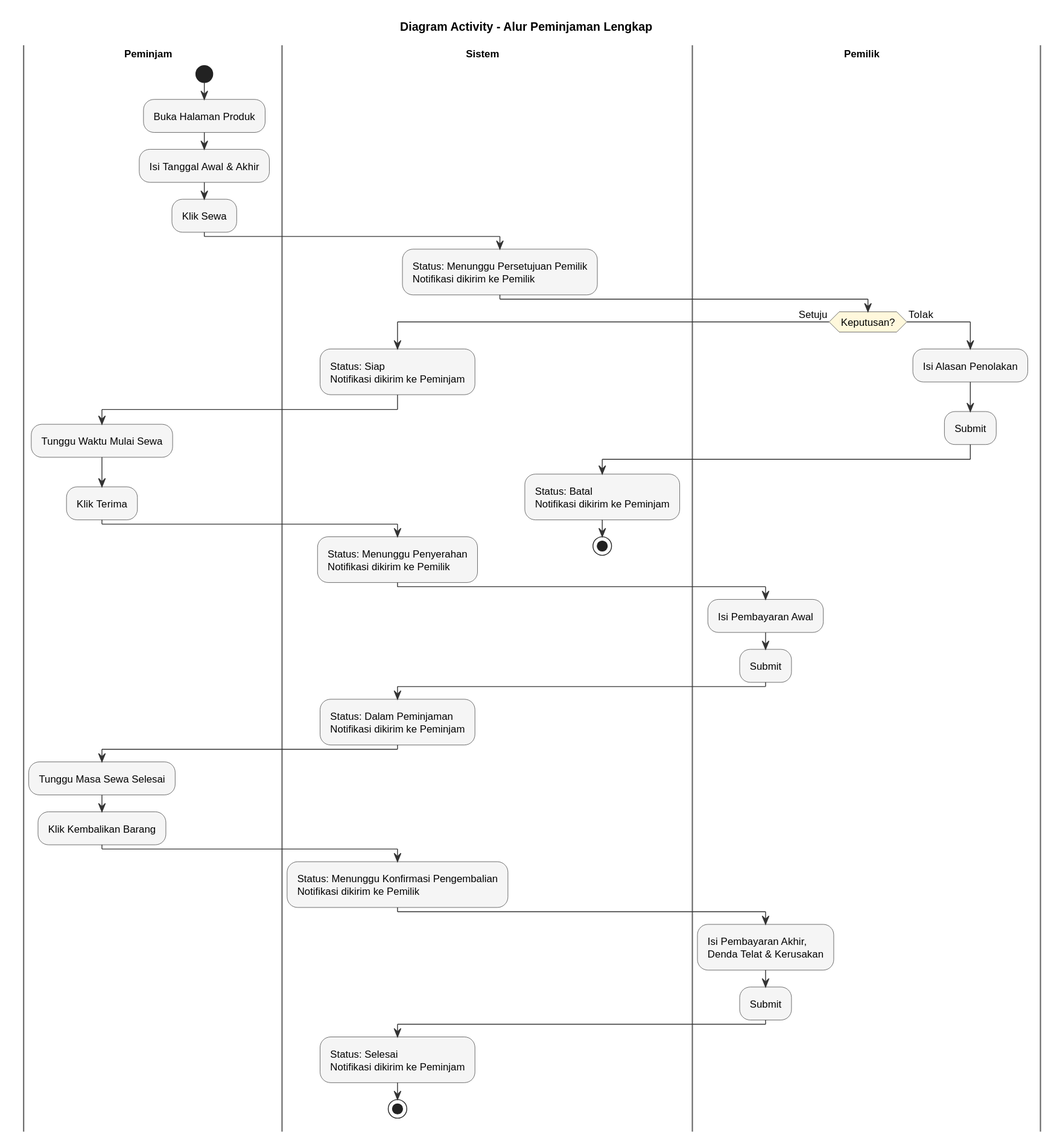
levirs565/openrent keeps this PlantUML diagram as laporan/diagram/output/rental_full_flow.svg. Above is the earlier version.
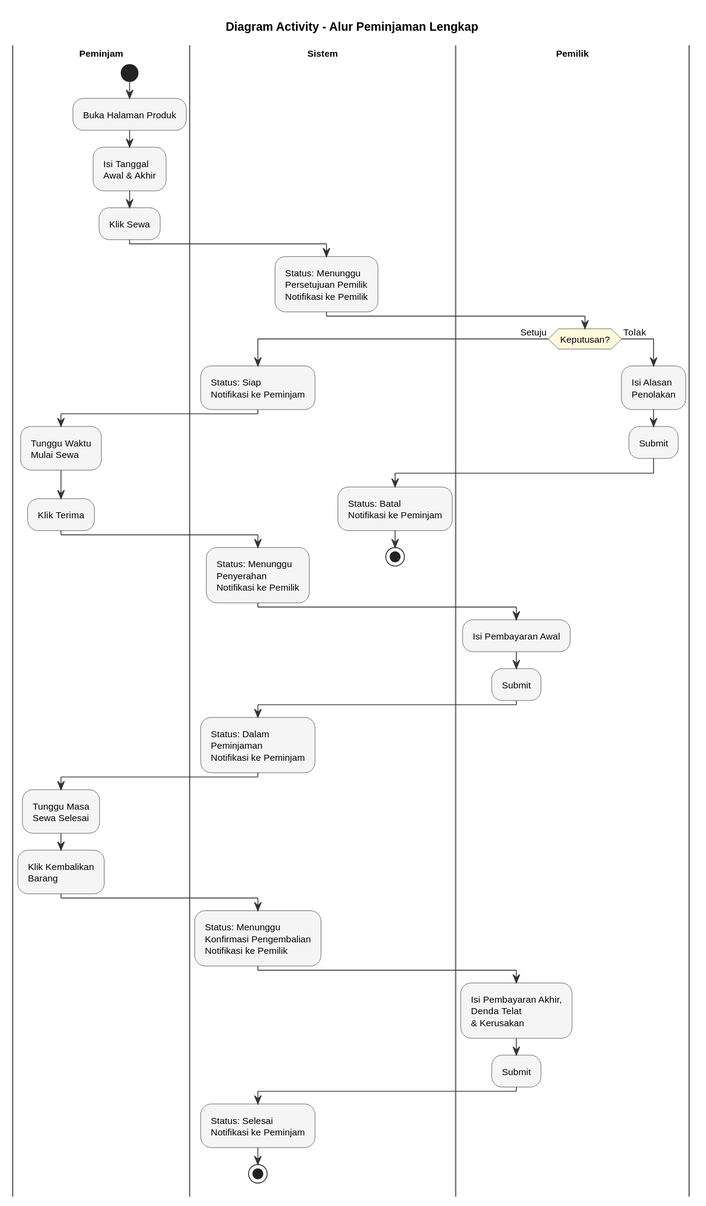
After the change.

Change to the diagram source:
```diff
@@ -8,63 +8,61 @@
 skinparam ArrowColor #333333
 skinparam SwimlaneBorderColor #666666
 skinparam SwimlaneTitleFontStyle bold
-skinparam swimlaneWidth same
+skinparam defaultFontSize 11
 skinparam Padding 2
-skinparam ParticipantPadding 2
-skinparam defaultFontSize 12
 
 |Peminjam|
 start
 :Buka Halaman Produk;
-:Isi Tanggal Awal & Akhir;
+:Isi Tanggal\nAwal & Akhir;
 :Klik Sewa;
 
 |Sistem|
-:Status: Menunggu Persetujuan Pemilik\nNotifikasi dikirim ke Pemilik;
+:Status: Menunggu\nPersetujuan Pemilik\nNotifikasi ke Pemilik;
 
 |Pemilik|
 if (Keputusan?) then (Setuju)
 
   |Sistem|
-  :Status: Siap\nNotifikasi dikirim ke Peminjam;
+  :Status: Siap\nNotifikasi ke Peminjam;
 
   |Peminjam|
-  :Tunggu Waktu Mulai Sewa;
+  :Tunggu Waktu\nMulai Sewa;
   :Klik Terima;
 
   |Sistem|
-  :Status: Menunggu Penyerahan\nNotifikasi dikirim ke Pemilik;
+  :Status: Menunggu\nPenyerahan\nNotifikasi ke Pemilik;
 
   |Pemilik|
   :Isi Pembayaran Awal;
   :Submit;
 
   |Sistem|
-  :Status: Dalam Peminjaman\nNotifikasi dikirim ke Peminjam;
+  :Status: Dalam\nPeminjaman\nNotifikasi ke Peminjam;
 
   |Peminjam|
-  :Tunggu Masa Sewa Selesai;
-  :Klik Kembalikan Barang;
+  :Tunggu Masa\nSewa Selesai;
+  :Klik Kembalikan\nBarang;
 
   |Sistem|
-  :Status: Menunggu Konfirmasi Pengembalian\nNotifikasi dikirim ke Pemilik;
+  :Status: Menunggu\nKonfirmasi Pengembalian\nNotifikasi ke Pemilik;
 
   |Pemilik|
-  :Isi Pembayaran Akhir,\nDenda Telat & Kerusakan;
+  :Isi Pembayaran Akhir,\nDenda Telat\n& Kerusakan;
   :Submit;
 
   |Sistem|
-  :Status: Selesai\nNotifikasi dikirim ke Peminjam;
+  :Status: Selesai\nNotifikasi ke Peminjam;
   stop
 
 else (Tolak)
 
   |Pemilik|
-  :Isi Alasan Penolakan;
+  :Isi Alasan\nPenolakan;
   :Submit;
 
   |Sistem|
-  :Status: Batal\nNotifikasi dikirim ke Peminjam;
+  :Status: Batal\nNotifikasi ke Peminjam;
   stop
 
 endif
```
